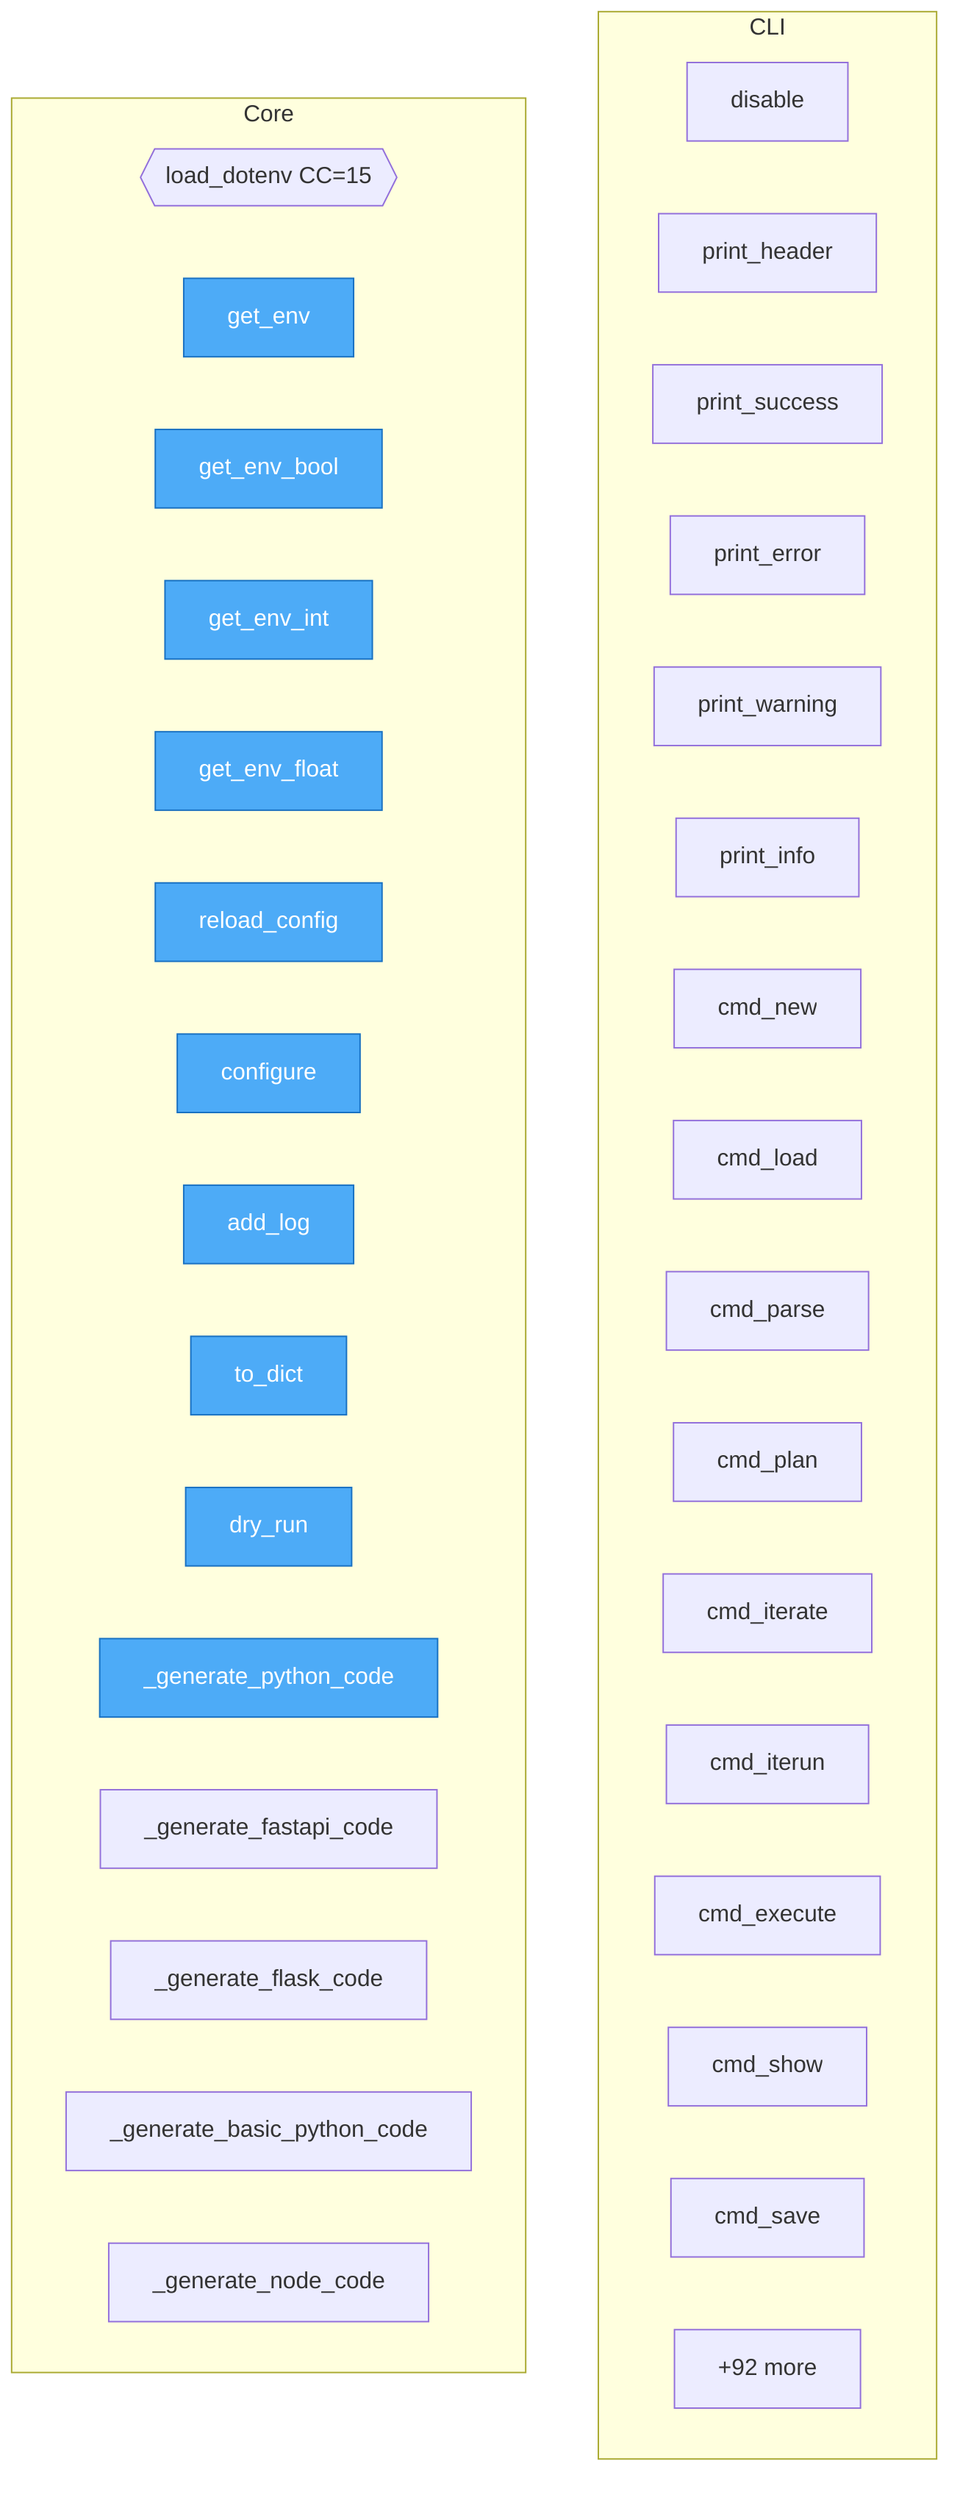
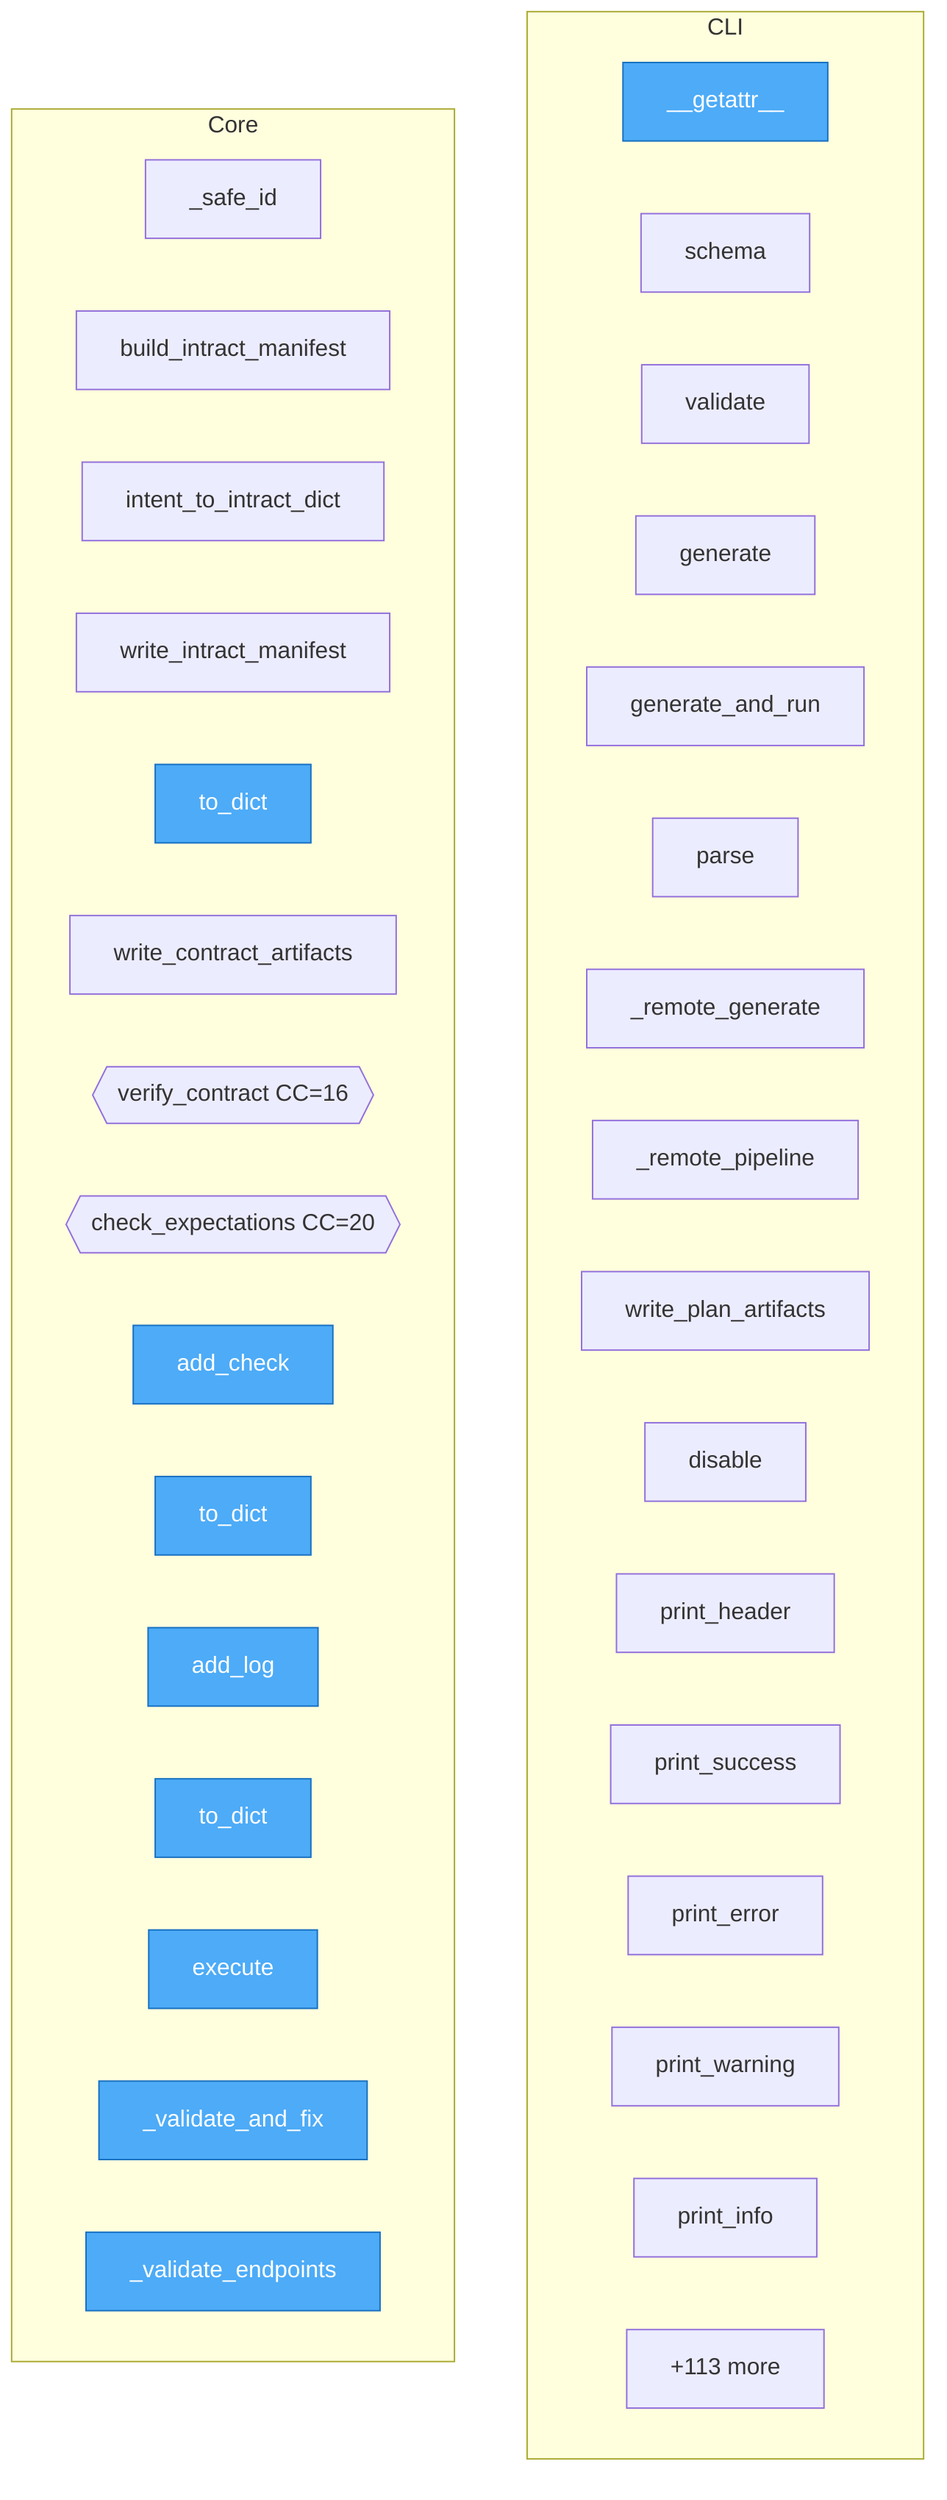
flowchart TD
%% generated in 0.00s

    %% Entry points (blue)
    classDef entry fill:#4dabf7,stroke:#1971c2,color:#fff

    subgraph CLI
+         cli____getattr__["__getattr__"]
+         sdk__client__IterunClient__schema["schema"]
+         sdk__client__IterunClient__validate["validate"]
+         sdk__client__IterunClient__generate["generate"]
+         sdk__client__IterunClient__generate_and_run["generate_and_run"]
+         sdk__client__IterunClient__parse["parse"]
+         sdk__client__IterunClient___remote_generate["_remote_generate"]
+         sdk__client__IterunClient___remote_pipeline["_remote_pipeline"]
+         cli__main__write_plan_artifacts["write_plan_artifacts"]
        cli__main__Colors__disable["disable"]
        cli__main__CLI__print_header["print_header"]
        cli__main__CLI__print_success["print_success"]
        cli__main__CLI__print_error["print_error"]
        cli__main__CLI__print_warning["print_warning"]
        cli__main__CLI__print_info["print_info"]
-         cli__main__CLI__cmd_new["cmd_new"]
-         cli__main__CLI__cmd_load["cmd_load"]
-         cli__main__CLI__cmd_parse["cmd_parse"]
-         cli__main__CLI__cmd_plan["cmd_plan"]
-         cli__main__CLI__cmd_iterate["cmd_iterate"]
-         cli__main__CLI__cmd_iterun["cmd_iterun"]
-         cli__main__CLI__cmd_execute["cmd_execute"]
-         cli__main__CLI__cmd_show["cmd_show"]
-         cli__main__CLI__cmd_save["cmd_save"]
-         ...["+8 more"]
+         ...["+17 more"]
    end

    subgraph Core
-         config__load_dotenv{{load_dotenv CC=15}}
-         config__get_env["get_env"]
-         config__get_env_bool["get_env_bool"]
-         config__get_env_int["get_env_int"]
-         config__get_env_float["get_env_float"]
-         config__reload_config["reload_config"]
-         config__configure["configure"]
-         planner__simulator__DryRunResult__add_log["add_log"]
-         planner__simulator__DryRunResult__to_dict["to_dict"]
-         planner__simulator__Planner__dry_run["dry_run"]
-         planner__simulator__Planner___generate_python_code["_generate_python_code"]
-         planner__simulator__Planner___generate_fastapi_code["_generate_fastapi_code"]
-         planner__simulator__Planner___generate_flask_code["_generate_flask_code"]
-         planner__simulator__Planner___generate_basic_python_code["_generate_basic_python_code"]
-         planner__simulator__Planner___generate_node_code["_generate_node_code"]
-         ...["+92 more"]
+         generator__intract_manifest___safe_id["_safe_id"]
+         generator__intract_manifest__build_intract_manifest["build_intract_manifest"]
+         generator__intract_manifest__intent_to_intract_dict["intent_to_intract_dict"]
+         generator__intract_manifest__write_intract_manifest["write_intract_manifest"]
+         generator__contract_verify__VerifyResult__to_dict["to_dict"]
+         generator__contract_verify__write_contract_artifacts["write_contract_artifacts"]
+         generator__contract_verify__verify_contract{{verify_contract CC=16}}
+         generator__expectations__check_expectations{{check_expectations CC=20}}
+         executor__runner__ValidationResult__add_check["add_check"]
+         executor__runner__ValidationResult__to_dict["to_dict"]
+         executor__runner__ExecutionResult__add_log["add_log"]
+         executor__runner__ExecutionResult__to_dict["to_dict"]
+         executor__runner__Executor__execute["execute"]
+         executor__runner__Executor___validate_and_fix["_validate_and_fix"]
+         executor__runner__Executor___validate_endpoints["_validate_endpoints"]
+         ...["+113 more"]
    end

-     class config__get_env,config__get_env_bool,config__get_env_int,config__get_env_float,config__reload_config,config__configure,planner__simulator__DryRunResult__add_log,planner__simulator__DryRunResult__to_dict,planner__simulator__Planner__dry_run,planner__simulator__Planner___generate_python_code entry
+     class cli____getattr__,generator__contract_verify__VerifyResult__to_dict,executor__runner__ValidationResult__add_check,executor__runner__ValidationResult__to_dict,executor__runner__ExecutionResult__add_log,executor__runner__ExecutionResult__to_dict,executor__runner__Executor__execute,executor__runner__Executor___validate_and_fix,executor__runner__Executor___validate_endpoints,executor__runner__Executor___attempt_fix entry
